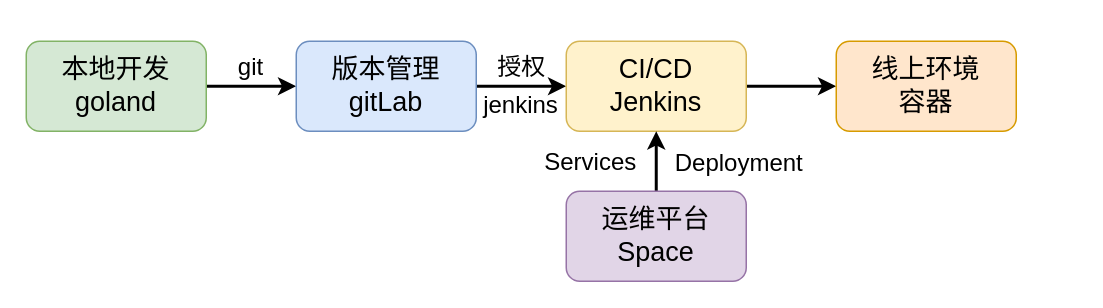
Above: page "DevOps" (10 of 11) of EntryTask.drawio in kimbalhuang/test (draw.io), before the change. Source tidied: cells renumbered, new cells numbered last; positions are measured from the earlier drawing's top-left corner, leaving out a move shared by most shapes. Both pictures are drawn from the tidied source at 150%, with x=0, y=0 at pixel (26, 33).
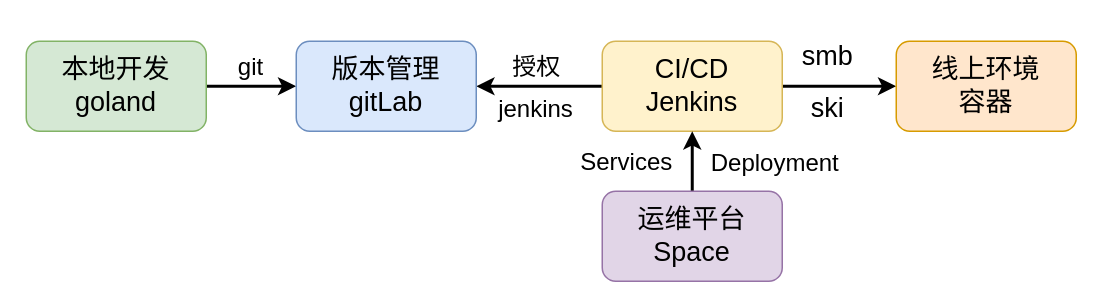
The same page after the edit.

The edit, as a diff of the source:
```diff
@@
 <mxGraphModel>
   <root>
     <mxCell id="0" />
     <mxCell id="1" parent="0" />
     <mxCell id="2" style="edgeStyle=none;rounded=0;sketch=0;jettySize=auto;html=1;entryX=0;entryY=0.5;entryDx=0;entryDy=0;fontSize=20;strokeWidth=2;" parent="1" edge="1" source="3" target="5">
       <mxGeometry relative="1" as="geometry" />
     </mxCell>
     <mxCell id="3" value="本地开发&lt;br&gt;goland" style="rounded=1;whiteSpace=wrap;html=1;fontSize=18;fillColor=#d5e8d4;strokeColor=#82b366;" parent="1" vertex="1">
       <mxGeometry y="5" width="120" height="60" as="geometry" />
     </mxCell>
-    <mxCell id="4" style="edgeStyle=none;rounded=0;sketch=0;jettySize=auto;html=1;entryX=0;entryY=0.5;entryDx=0;entryDy=0;fontSize=20;strokeWidth=2;" parent="1" edge="1" source="5" target="7">
+    <mxCell id="4" style="edgeStyle=none;rounded=0;sketch=0;jettySize=auto;html=1;entryX=0;entryY=0.5;entryDx=0;entryDy=0;fontSize=20;strokeWidth=2;startArrow=classic;startFill=1;endArrow=none;endFill=0;" parent="1" edge="1" source="5" target="7">
       <mxGeometry relative="1" as="geometry" />
     </mxCell>
     <mxCell id="5" value="版本管理&lt;br&gt;gitLab" style="rounded=1;whiteSpace=wrap;html=1;fontSize=18;fillColor=#dae8fc;strokeColor=#6c8ebf;" parent="1" vertex="1">
       <mxGeometry x="180" y="5" width="120" height="60" as="geometry" />
     </mxCell>
     <mxCell id="6" style="edgeStyle=none;rounded=0;sketch=0;jettySize=auto;html=1;entryX=0;entryY=0.5;entryDx=0;entryDy=0;fontFamily=Helvetica;fontSize=16;fontColor=default;strokeWidth=2;" parent="1" edge="1" source="7" target="8">
       <mxGeometry relative="1" as="geometry" />
     </mxCell>
     <mxCell id="7" value="CI/CD&lt;br&gt;Jenkins" style="rounded=1;whiteSpace=wrap;html=1;fontSize=18;fillColor=#fff2cc;strokeColor=#d6b656;" parent="1" vertex="1">
-      <mxGeometry x="360" y="5" width="120" height="60" as="geometry" />
+      <mxGeometry x="384" y="5" width="120" height="60" as="geometry" />
     </mxCell>
     <mxCell id="8" value="线上环境&lt;br&gt;容器" style="rounded=1;whiteSpace=wrap;html=1;fontSize=18;fillColor=#ffe6cc;strokeColor=#d79b00;" parent="1" vertex="1">
-      <mxGeometry x="540" y="5" width="120" height="60" as="geometry" />
+      <mxGeometry x="580" y="5" width="120" height="60" as="geometry" />
     </mxCell>
     <mxCell id="9" style="edgeStyle=none;rounded=0;sketch=0;jettySize=auto;html=1;fontFamily=Helvetica;fontSize=16;fontColor=default;strokeWidth=2;" parent="1" edge="1" source="10" target="7">
       <mxGeometry relative="1" as="geometry" />
     </mxCell>
     <mxCell id="10" value="运维平台&lt;br&gt;Space" style="rounded=1;whiteSpace=wrap;html=1;fontSize=18;fillColor=#e1d5e7;strokeColor=#9673a6;" parent="1" vertex="1">
-      <mxGeometry x="360" y="105" width="120" height="60" as="geometry" />
+      <mxGeometry x="384" y="105" width="120" height="60" as="geometry" />
     </mxCell>
     <mxCell id="11" value="&lt;font style=&quot;font-size: 16px;&quot;&gt;git&lt;/font&gt;" style="text;html=1;strokeColor=none;fillColor=none;align=center;verticalAlign=middle;whiteSpace=wrap;rounded=0;fontSize=20;" parent="1" vertex="1">
       <mxGeometry x="120" y="5" width="60" height="30" as="geometry" />
     </mxCell>
     <mxCell id="12" value="&lt;font style=&quot;font-size: 16px;&quot;&gt;授权&lt;/font&gt;" style="text;html=1;align=center;verticalAlign=middle;strokeColor=none;fillColor=none;fontSize=20;" parent="1" vertex="1">
-      <mxGeometry x="300" width="60" height="40" as="geometry" />
+      <mxGeometry x="310" width="60" height="40" as="geometry" />
     </mxCell>
     <mxCell id="13" value="&lt;font style=&quot;font-size: 16px;&quot;&gt;jenkins&lt;/font&gt;" style="text;html=1;strokeColor=none;fillColor=none;align=center;verticalAlign=middle;whiteSpace=wrap;rounded=0;fontFamily=Helvetica;fontSize=18;fontColor=default;" parent="1" vertex="1">
-      <mxGeometry x="300" y="32" width="60" height="30" as="geometry" />
+      <mxGeometry x="310" y="35" width="60" height="30" as="geometry" />
     </mxCell>
     <mxCell id="14" value="Services" style="text;html=1;align=center;verticalAlign=middle;strokeColor=none;fillColor=none;fontSize=16;fontFamily=Helvetica;fontColor=default;" parent="1" vertex="1">
-      <mxGeometry x="336" y="70" width="80" height="30" as="geometry" />
+      <mxGeometry x="360" y="70" width="80" height="30" as="geometry" />
     </mxCell>
     <mxCell id="15" value="Deployment" style="text;html=1;align=center;verticalAlign=middle;strokeColor=none;fillColor=none;fontSize=16;fontFamily=Helvetica;fontColor=default;" parent="1" vertex="1">
-      <mxGeometry x="420" y="71" width="110" height="30" as="geometry" />
+      <mxGeometry x="444" y="71" width="110" height="30" as="geometry" />
     </mxCell>
+    <mxCell id="16" value="smb" style="text;html=1;align=center;verticalAlign=middle;strokeColor=none;fillColor=none;fontSize=18;" parent="1" vertex="1">
+      <mxGeometry x="504" y="-5" width="60" height="40" as="geometry" />
+    </mxCell>
+    <mxCell id="17" value="ski" style="text;html=1;align=center;verticalAlign=middle;strokeColor=none;fillColor=none;fontSize=18;" parent="1" vertex="1">
+      <mxGeometry x="509" y="30" width="50" height="40" as="geometry" />
+    </mxCell>
   </root>
 </mxGraphModel>
```
